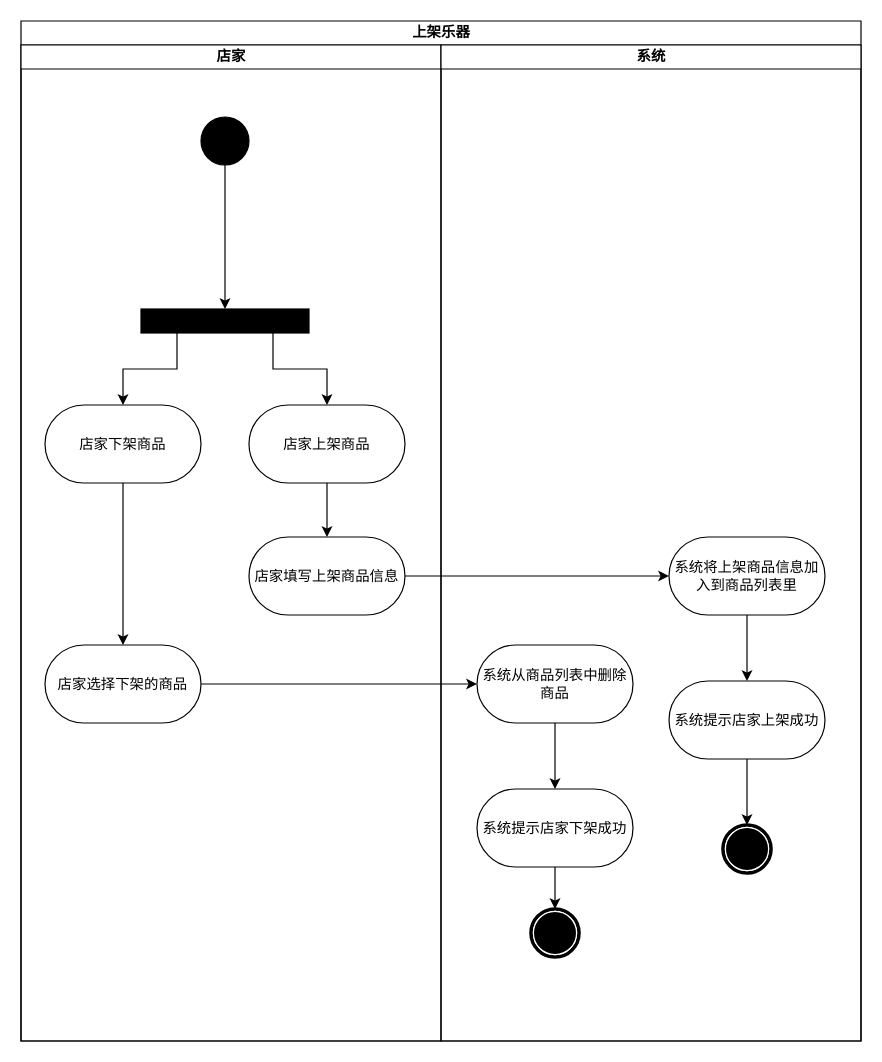
This is page "功能建模" (1 of 2) of 文档/需求分析规约文档/三种建模/11上架乐器用例建模.drawio from w1ntercube/TJ-SE-Design, a draw.io file, before an edit. Source tidied: cells renumbered, new cells numbered last; positions are measured from the earlier drawing's top-left corner, leaving out a move shared by most shapes. Both pictures are drawn from the tidied source at 120%, with x=0, y=0 at pixel (20, 20).
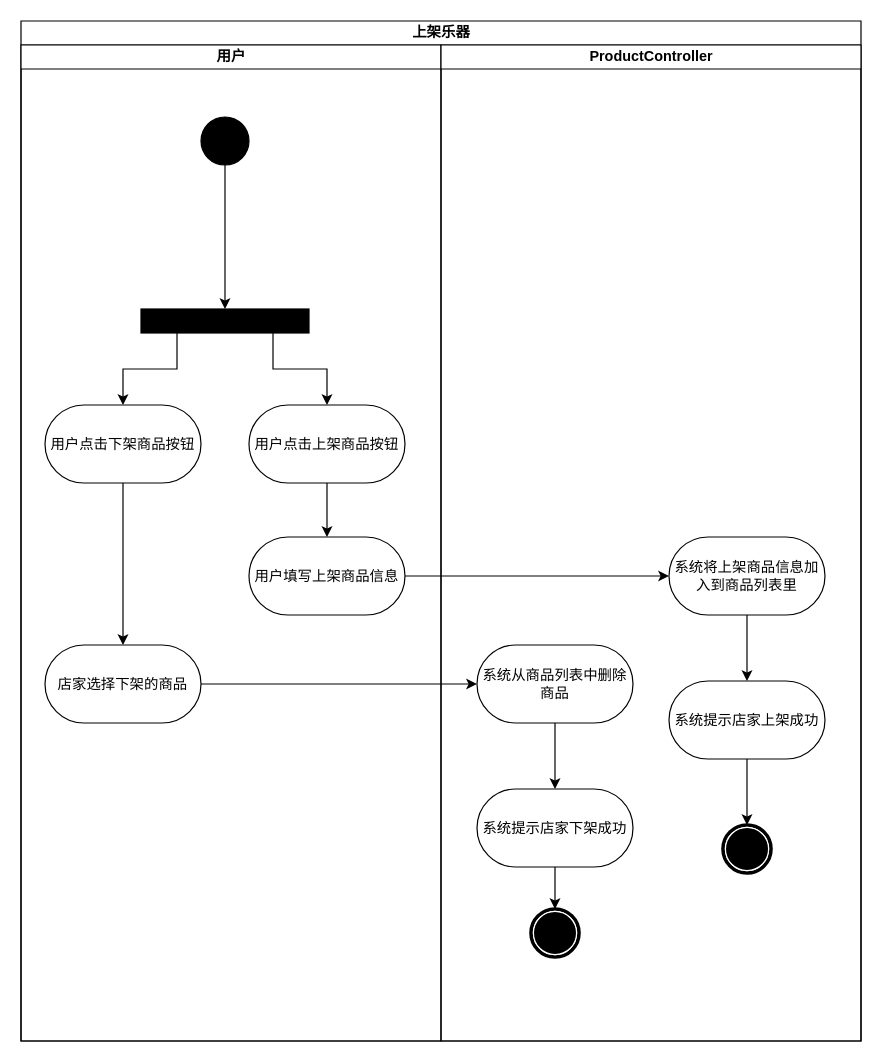
The same diagram, later.

Unchanged cells that the change refers to:
```xml
<mxCell id="2" value="上架乐器" style="swimlane;html=1;startSize=20;rounded=0;shadow=0;comic=0;labelBackgroundColor=none;strokeWidth=1;fontFamily=Verdana;fontSize=12;align=center;" parent="1" vertex="1">
  <mxGeometry width="700" height="850" as="geometry" />
</mxCell>
```

What changed in the source:
```diff
@@
-    <mxCell id="3" value="店家" style="swimlane;html=1;startSize=20;" parent="2" vertex="1">
+    <mxCell id="3" value="用户" style="swimlane;html=1;startSize=20;" parent="2" vertex="1">
       <mxGeometry y="20" width="350" height="830" as="geometry" />
     </mxCell>
@@
-    <mxCell id="6" value="店家填写上架商品信息" style="whiteSpace=wrap;html=1;fontFamily=Verdana;rounded=1;shadow=0;comic=0;labelBackgroundColor=none;strokeWidth=1;arcSize=50;" parent="3" vertex="1">
+    <mxCell id="6" value="用户填写上架商品信息" style="whiteSpace=wrap;html=1;fontFamily=Verdana;rounded=1;shadow=0;comic=0;labelBackgroundColor=none;strokeWidth=1;arcSize=50;" parent="3" vertex="1">
       <mxGeometry x="190" y="410" width="130" height="65" as="geometry" />
     </mxCell>
@@
-    <mxCell id="11" value="店家下架商品" style="whiteSpace=wrap;html=1;fontFamily=Verdana;rounded=1;shadow=0;comic=0;labelBackgroundColor=none;strokeWidth=1;arcSize=50;" parent="3" vertex="1">
+    <mxCell id="11" value="用户点击下架商品按钮" style="whiteSpace=wrap;html=1;fontFamily=Verdana;rounded=1;shadow=0;comic=0;labelBackgroundColor=none;strokeWidth=1;arcSize=50;" parent="3" vertex="1">
       <mxGeometry x="20" y="300" width="130" height="65" as="geometry" />
     </mxCell>
@@
-    <mxCell id="13" value="店家上架商品" style="whiteSpace=wrap;html=1;fontFamily=Verdana;rounded=1;shadow=0;comic=0;labelBackgroundColor=none;strokeWidth=1;arcSize=50;" parent="3" vertex="1">
+    <mxCell id="13" value="用户点击上架商品按钮" style="whiteSpace=wrap;html=1;fontFamily=Verdana;rounded=1;shadow=0;comic=0;labelBackgroundColor=none;strokeWidth=1;arcSize=50;" parent="3" vertex="1">
       <mxGeometry x="190" y="300" width="130" height="65" as="geometry" />
     </mxCell>
@@
-    <mxCell id="16" value="系统" style="swimlane;html=1;startSize=20;" parent="2" vertex="1">
+    <mxCell id="16" value="ProductController" style="swimlane;html=1;startSize=20;" parent="2" vertex="1">
       <mxGeometry x="350" y="20" width="350" height="830" as="geometry" />
     </mxCell>
```
